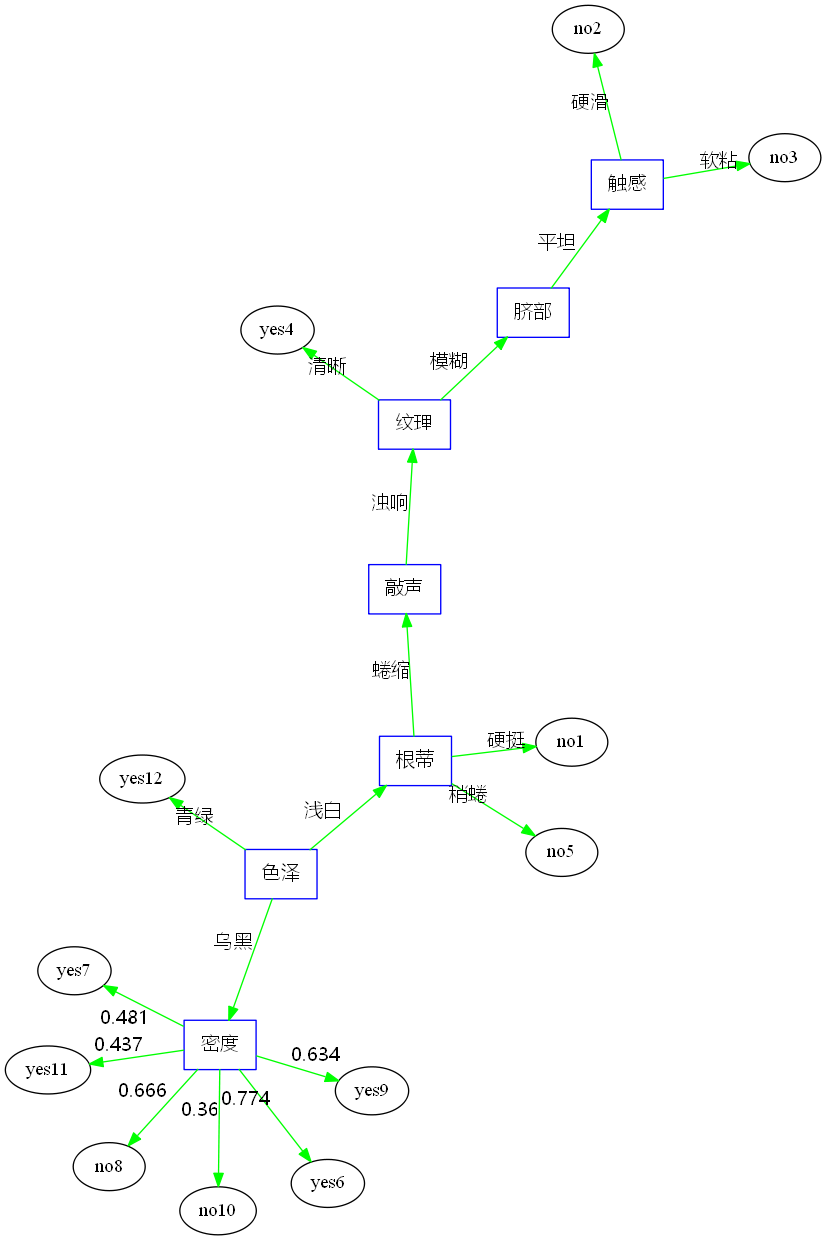
Above: engine/simple.png in laszo/ml_practice (Graphviz), before the change. Its source is kept beside it as engine/simple.dot. Source of this version:
```dot
strict digraph  {
	色泽	 [color=blue,
		fontname="Microsoft YaHei UI",
		shape=record];
	根蒂	 [color=blue,
		fontname="Microsoft YaHei UI",
		shape=record];
	色泽 -> 根蒂	 [color=green,
		fontname="Microsoft YaHei UI",
		label=浅白,
		labelfontsize=5,
		len=1.5];
	密度	 [color=blue,
		fontname="Microsoft YaHei UI",
		shape=record];
	色泽 -> 密度	 [color=green,
		fontname="Microsoft YaHei UI",
		label=乌黑,
		labelfontsize=5,
		len=1.5];
	色泽 -> yes12	 [color=green,
		fontname="Microsoft YaHei UI",
		label=青绿,
		labelfontsize=5,
		len=1.5];
	根蒂 -> no1	 [color=green,
		fontname="Microsoft YaHei UI",
		label=硬挺,
		labelfontsize=5,
		len=1.5];
	敲声	 [color=blue,
		fontname="Microsoft YaHei UI",
		shape=record];
	根蒂 -> 敲声	 [color=green,
		fontname="Microsoft YaHei UI",
		label=蜷缩,
		labelfontsize=5,
		len=1.5];
	根蒂 -> no5	 [color=green,
		fontname="Microsoft YaHei UI",
		label=稍蜷,
		labelfontsize=5,
		len=1.5];
	纹理	 [color=blue,
		fontname="Microsoft YaHei UI",
		shape=record];
	敲声 -> 纹理	 [color=green,
		fontname="Microsoft YaHei UI",
		label=浊响,
		labelfontsize=5,
		len=1.5];
	脐部	 [color=blue,
		fontname="Microsoft YaHei UI",
		shape=record];
	纹理 -> 脐部	 [color=green,
		fontname="Microsoft YaHei UI",
		label=模糊,
		labelfontsize=5,
		len=1.5];
	纹理 -> yes4	 [color=green,
		fontname="Microsoft YaHei UI",
		label=清晰,
		labelfontsize=5,
		len=1.5];
	触感	 [color=blue,
		fontname="Microsoft YaHei UI",
		shape=record];
	脐部 -> 触感	 [color=green,
		fontname="Microsoft YaHei UI",
		label=平坦,
		labelfontsize=5,
		len=1.5];
	触感 -> no2	 [color=green,
		fontname="Microsoft YaHei UI",
		label=硬滑,
		labelfontsize=5,
		len=1.5];
	触感 -> no3	 [color=green,
		fontname="Microsoft YaHei UI",
		label=软粘,
		labelfontsize=5,
		len=1.5];
	密度 -> yes6	 [color=green,
		fontname="Microsoft YaHei UI",
		label=0.774,
		labelfontsize=5,
		len=1.5];
	密度 -> yes7	 [color=green,
		fontname="Microsoft YaHei UI",
		label=0.481,
		labelfontsize=5,
		len=1.5];
	密度 -> no8	 [color=green,
		fontname="Microsoft YaHei UI",
		label=0.666,
		labelfontsize=5,
		len=1.5];
	密度 -> yes9	 [color=green,
		fontname="Microsoft YaHei UI",
		label=0.634,
		labelfontsize=5,
		len=1.5];
	密度 -> no10	 [color=green,
		fontname="Microsoft YaHei UI",
		label=0.36,
		labelfontsize=5,
		len=1.5];
	密度 -> yes11	 [color=green,
		fontname="Microsoft YaHei UI",
		label=0.437,
		labelfontsize=5,
		len=1.5];
}
```
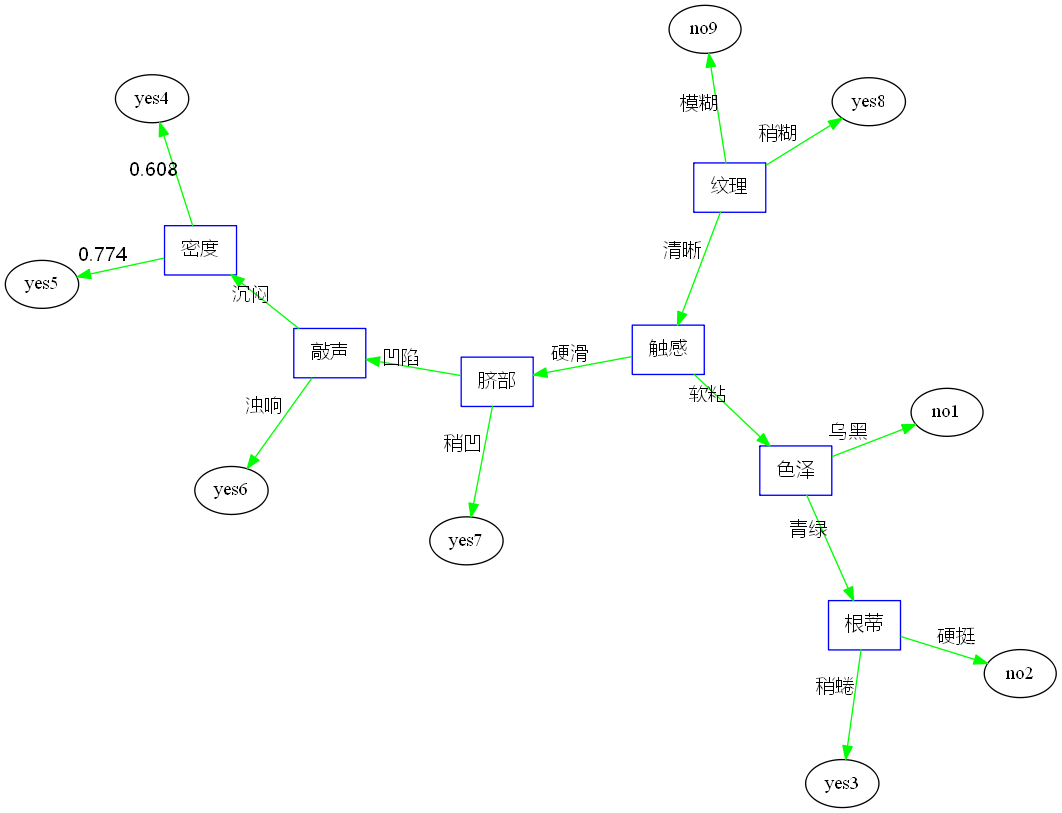
After the change.

The edit, as a diff of the source:
```diff
@@ -1,113 +1,98 @@
 strict digraph  {
+	纹理	 [color=blue,
+		fontname="Microsoft YaHei UI",
+		shape=record];
+	触感	 [color=blue,
+		fontname="Microsoft YaHei UI",
+		shape=record];
+	纹理 -> 触感	 [color=green,
+		fontname="Microsoft YaHei UI",
+		label=清晰,
+		labelfontsize=5,
+		len=1.5];
+	纹理 -> yes8	 [color=green,
+		fontname="Microsoft YaHei UI",
+		label=稍糊,
+		labelfontsize=5,
+		len=1.5];
+	纹理 -> no9	 [color=green,
+		fontname="Microsoft YaHei UI",
+		label=模糊,
+		labelfontsize=5,
+		len=1.5];
 	色泽	 [color=blue,
 		fontname="Microsoft YaHei UI",
 		shape=record];
+	触感 -> 色泽	 [color=green,
+		fontname="Microsoft YaHei UI",
+		label=软粘,
+		labelfontsize=5,
+		len=1.5];
+	脐部	 [color=blue,
+		fontname="Microsoft YaHei UI",
+		shape=record];
+	触感 -> 脐部	 [color=green,
+		fontname="Microsoft YaHei UI",
+		label=硬滑,
+		labelfontsize=5,
+		len=1.5];
+	色泽 -> no1	 [color=green,
+		fontname="Microsoft YaHei UI",
+		label=乌黑,
+		labelfontsize=5,
+		len=1.5];
 	根蒂	 [color=blue,
 		fontname="Microsoft YaHei UI",
 		shape=record];
 	色泽 -> 根蒂	 [color=green,
 		fontname="Microsoft YaHei UI",
-		label=浅白,
+		label=青绿,
+		labelfontsize=5,
+		len=1.5];
+	根蒂 -> no2	 [color=green,
+		fontname="Microsoft YaHei UI",
+		label=硬挺,
+		labelfontsize=5,
+		len=1.5];
+	根蒂 -> yes3	 [color=green,
+		fontname="Microsoft YaHei UI",
+		label=稍蜷,
+		labelfontsize=5,
+		len=1.5];
+	敲声	 [color=blue,
+		fontname="Microsoft YaHei UI",
+		shape=record];
+	脐部 -> 敲声	 [color=green,
+		fontname="Microsoft YaHei UI",
+		label=凹陷,
+		labelfontsize=5,
+		len=1.5];
+	脐部 -> yes7	 [color=green,
+		fontname="Microsoft YaHei UI",
+		label=稍凹,
 		labelfontsize=5,
 		len=1.5];
 	密度	 [color=blue,
 		fontname="Microsoft YaHei UI",
 		shape=record];
-	色泽 -> 密度	 [color=green,
+	敲声 -> 密度	 [color=green,
 		fontname="Microsoft YaHei UI",
-		label=乌黑,
+		label=沉闷,
 		labelfontsize=5,
 		len=1.5];
-	色泽 -> yes12	 [color=green,
-		fontname="Microsoft YaHei UI",
-		label=青绿,
-		labelfontsize=5,
-		len=1.5];
-	根蒂 -> no1	 [color=green,
-		fontname="Microsoft YaHei UI",
-		label=硬挺,
-		labelfontsize=5,
-		len=1.5];
-	敲声	 [color=blue,
-		fontname="Microsoft YaHei UI",
-		shape=record];
-	根蒂 -> 敲声	 [color=green,
-		fontname="Microsoft YaHei UI",
-		label=蜷缩,
-		labelfontsize=5,
-		len=1.5];
-	根蒂 -> no5	 [color=green,
-		fontname="Microsoft YaHei UI",
-		label=稍蜷,
-		labelfontsize=5,
-		len=1.5];
-	纹理	 [color=blue,
-		fontname="Microsoft YaHei UI",
-		shape=record];
-	敲声 -> 纹理	 [color=green,
+	敲声 -> yes6	 [color=green,
 		fontname="Microsoft YaHei UI",
 		label=浊响,
 		labelfontsize=5,
 		len=1.5];
-	脐部	 [color=blue,
+	密度 -> yes4	 [color=green,
 		fontname="Microsoft YaHei UI",
-		shape=record];
-	纹理 -> 脐部	 [color=green,
-		fontname="Microsoft YaHei UI",
-		label=模糊,
+		label=0.608,
 		labelfontsize=5,
 		len=1.5];
-	纹理 -> yes4	 [color=green,
-		fontname="Microsoft YaHei UI",
-		label=清晰,
-		labelfontsize=5,
-		len=1.5];
-	触感	 [color=blue,
-		fontname="Microsoft YaHei UI",
-		shape=record];
-	脐部 -> 触感	 [color=green,
-		fontname="Microsoft YaHei UI",
-		label=平坦,
-		labelfontsize=5,
-		len=1.5];
-	触感 -> no2	 [color=green,
-		fontname="Microsoft YaHei UI",
-		label=硬滑,
-		labelfontsize=5,
-		len=1.5];
-	触感 -> no3	 [color=green,
-		fontname="Microsoft YaHei UI",
-		label=软粘,
-		labelfontsize=5,
-		len=1.5];
-	密度 -> yes6	 [color=green,
+	密度 -> yes5	 [color=green,
 		fontname="Microsoft YaHei UI",
 		label=0.774,
 		labelfontsize=5,
 		len=1.5];
-	密度 -> yes7	 [color=green,
-		fontname="Microsoft YaHei UI",
-		label=0.481,
-		labelfontsize=5,
-		len=1.5];
-	密度 -> no8	 [color=green,
-		fontname="Microsoft YaHei UI",
-		label=0.666,
-		labelfontsize=5,
-		len=1.5];
-	密度 -> yes9	 [color=green,
-		fontname="Microsoft YaHei UI",
-		label=0.634,
-		labelfontsize=5,
-		len=1.5];
-	密度 -> no10	 [color=green,
-		fontname="Microsoft YaHei UI",
-		label=0.36,
-		labelfontsize=5,
-		len=1.5];
-	密度 -> yes11	 [color=green,
-		fontname="Microsoft YaHei UI",
-		label=0.437,
-		labelfontsize=5,
-		len=1.5];
 }
```
